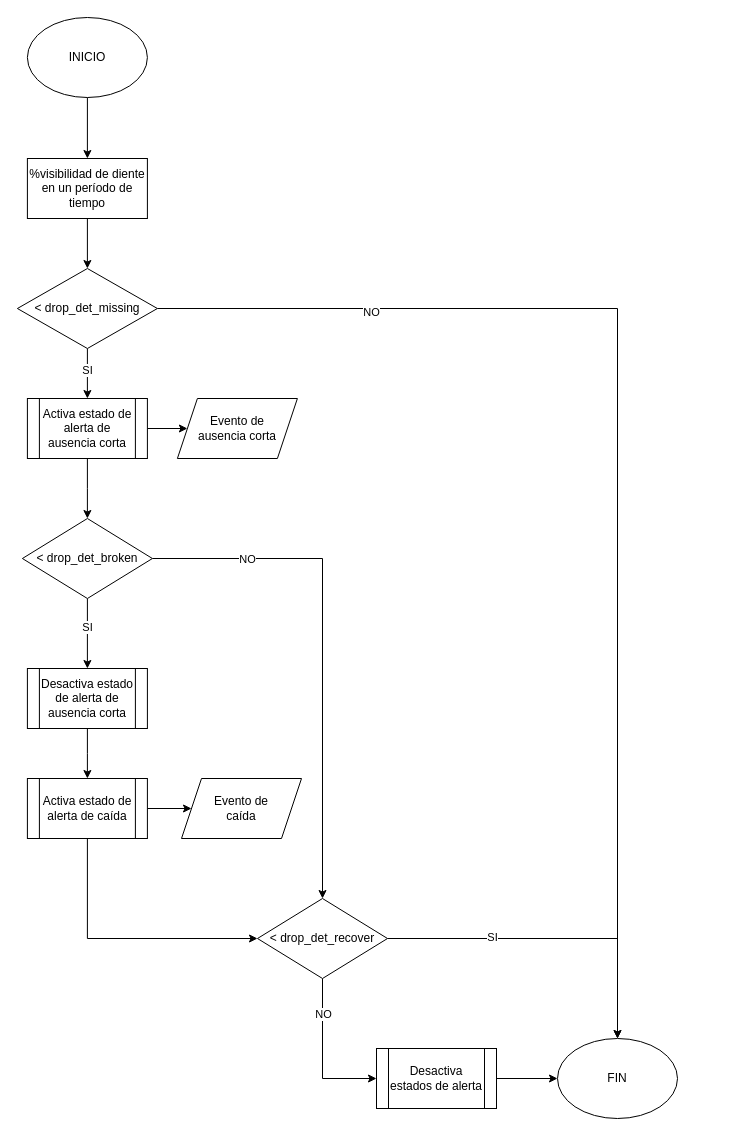
This is page "Page-1" (1 of 4) of generacionEventos.drawio from MS4Mml/diagrams, a draw.io file, before an edit. Source tidied: cells renumbered, new cells numbered last; positions are measured from the earlier drawing's top-left corner, leaving out a move shared by most shapes. Both pictures are drawn from the tidied source at 100%, with x=0, y=0 at pixel (17, 17).
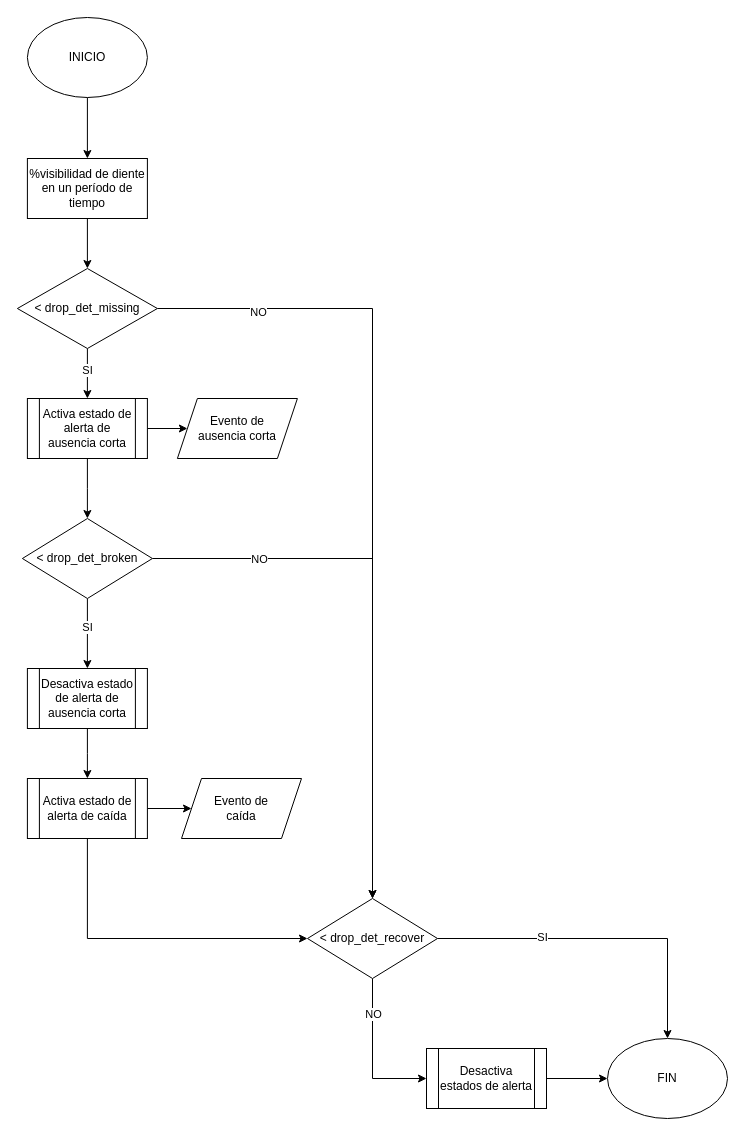
Above is the later version.

The change refers to these unchanged cells:
```xml
<mxCell id="9" value="&amp;lt; drop_det_missing" style="rhombus;whiteSpace=wrap;html=1;rounded=0;" parent="1" vertex="1">
  <mxGeometry x="-0.1" y="251" width="140" height="80" as="geometry" />
</mxCell>
<mxCell id="16" value="&amp;lt; drop_det_broken" style="rhombus;whiteSpace=wrap;html=1;rounded=0;" parent="1" vertex="1">
  <mxGeometry x="4.9" y="501" width="130" height="80" as="geometry" />
</mxCell>
```

Change to the diagram source:
```diff
@@
-    <mxCell id="7" style="edgeStyle=orthogonalEdgeStyle;rounded=0;jettySize=auto;html=1;exitX=1;exitY=0.5;exitDx=0;exitDy=0;entryX=0.5;entryY=0;entryDx=0;entryDy=0;" parent="1" edge="1" source="9" target="33">
-      <mxGeometry relative="1" as="geometry" />
-    </mxCell>
+    <mxCell id="34" style="edgeStyle=orthogonalEdgeStyle;rounded=0;jettySize=auto;html=1;exitX=1;exitY=0.5;exitDx=0;exitDy=0;entryX=0.5;entryY=0;entryDx=0;entryDy=0;" parent="1" edge="1" source="9" target="30">
+      <mxGeometry relative="1" as="geometry" />
+    </mxCell>
-    <mxCell id="8" value="NO" style="edgeLabel;html=1;align=center;verticalAlign=middle;" parent="7" vertex="1">
-      <mxGeometry x="-0.64" y="-3" relative="1" as="geometry" />
+    <mxCell id="8" value="NO" style="edgeLabel;html=1;align=center;verticalAlign=middle;" parent="34" vertex="1">
+      <mxGeometry x="-0.75" y="-3" relative="1" as="geometry" />
     </mxCell>
@@
     <mxCell id="14" style="edgeStyle=orthogonalEdgeStyle;rounded=0;jettySize=auto;html=1;entryX=0.5;entryY=0;entryDx=0;entryDy=0;" parent="1" edge="1" source="16" target="30">
       <mxGeometry relative="1" as="geometry">
         <Array as="points">
-          <mxPoint x="305" y="541" />
+          <mxPoint x="355" y="541" />
         </Array>
       </mxGeometry>
     </mxCell>
     <mxCell id="15" value="NO" style="edgeLabel;html=1;align=center;verticalAlign=middle;" parent="14" vertex="1">
       <mxGeometry x="-0.17" y="3" relative="1" as="geometry">
-        <mxPoint x="-79" y="-41" as="offset" />
+        <mxPoint x="-117" y="-11" as="offset" />
       </mxGeometry>
     </mxCell>
@@
     <mxCell id="28" style="edgeStyle=orthogonalEdgeStyle;rounded=0;jettySize=auto;html=1;exitX=1;exitY=0.5;exitDx=0;exitDy=0;" parent="1" edge="1" source="30" target="33">
       <mxGeometry relative="1" as="geometry">
         <Array as="points">
-          <mxPoint x="600" y="921" />
+          <mxPoint x="650" y="921" />
         </Array>
       </mxGeometry>
     </mxCell>
@@
     <mxCell id="30" value="&amp;lt; drop_det_recover" style="rhombus;whiteSpace=wrap;html=1;rounded=0;" parent="1" vertex="1">
-      <mxGeometry x="240" y="881" width="130" height="80" as="geometry" />
+      <mxGeometry x="290" y="881" width="130" height="80" as="geometry" />
     </mxCell>
@@
     <mxCell id="32" value="Desactiva estados de alerta" style="shape=process;whiteSpace=wrap;html=1;backgroundOutline=1;" parent="1" vertex="1">
-      <mxGeometry x="359" y="1031" width="120" height="60" as="geometry" />
+      <mxGeometry x="409" y="1031" width="120" height="60" as="geometry" />
     </mxCell>
     <mxCell id="33" value="FIN" style="ellipse;whiteSpace=wrap;html=1;" parent="1" vertex="1">
-      <mxGeometry x="540" y="1021" width="120" height="80" as="geometry" />
+      <mxGeometry x="590" y="1021" width="120" height="80" as="geometry" />
     </mxCell>
```
